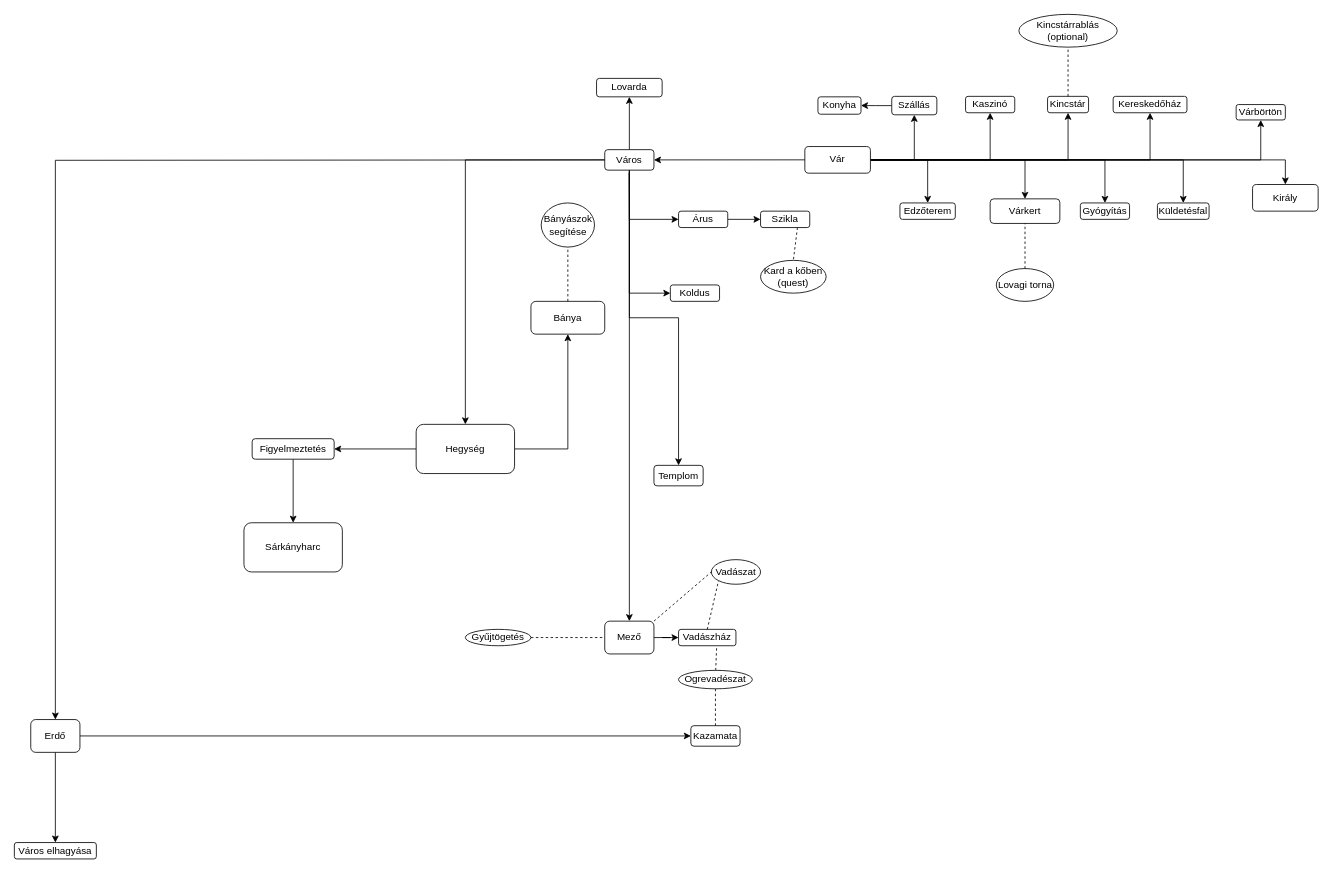
PopDavid/10-f-1.-proj keeps this draw.io diagram as Tervezés/Projektmunka tervezet.drawio. Above is the earlier version. Source tidied: cells renumbered, new cells numbered last; positions are measured from the earlier drawing's top-left corner, leaving out a move shared by most shapes. Both pictures are drawn from the tidied source at 82%, with x=0, y=0 at pixel (14, 14).
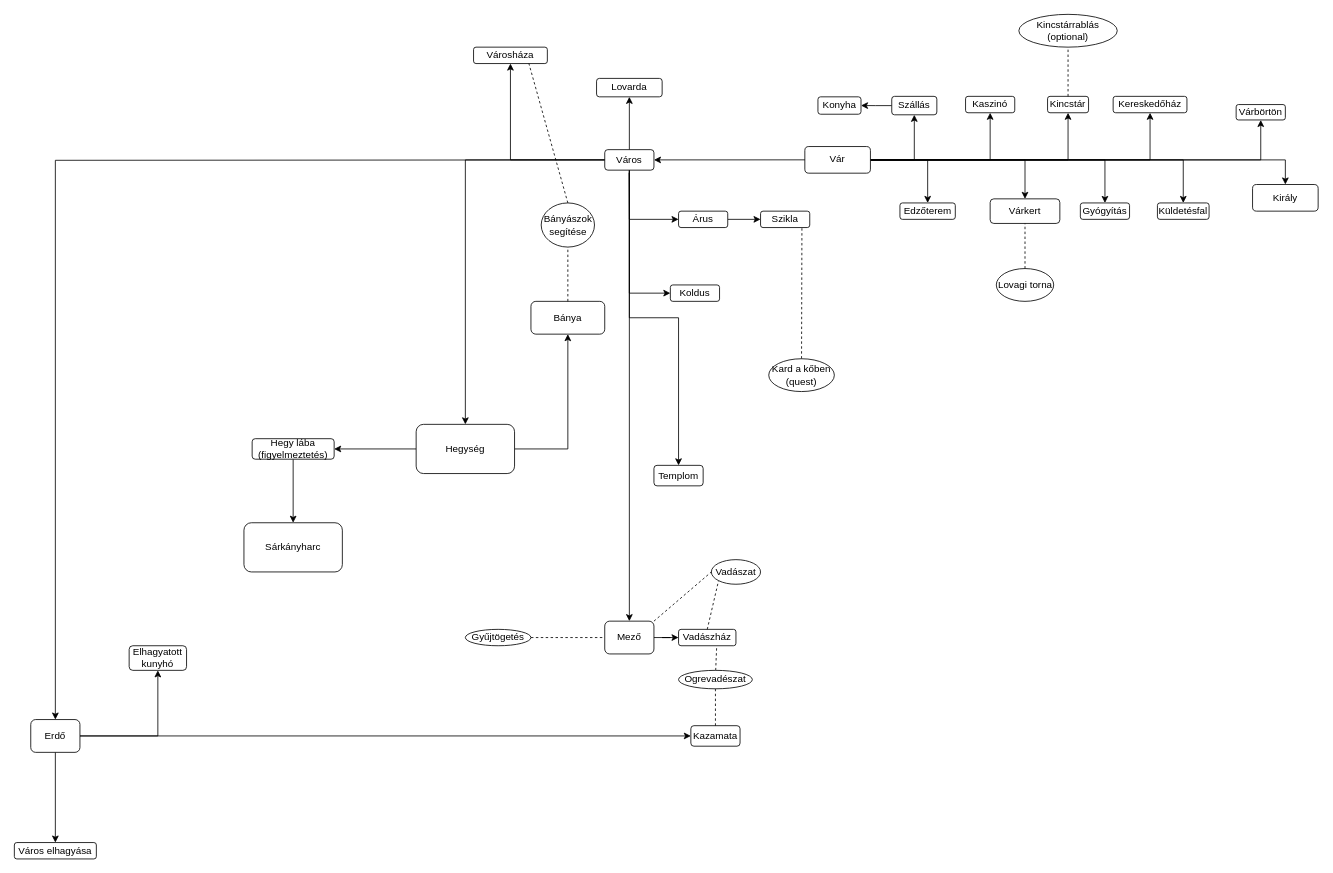
After the change.

Commit message (it also covers changes not shown here):
Tervek: végleges

The change refers to these unchanged cells:
```xml
<mxCell id="6" value="Város" style="rounded=1;whiteSpace=wrap;html=1;" parent="1" vertex="1">
  <mxGeometry x="720" y="165" width="60" height="25" as="geometry" />
</mxCell>
<mxCell id="32" value="Szikla" style="rounded=1;whiteSpace=wrap;html=1;" parent="1" vertex="1">
  <mxGeometry x="910" y="240" width="60" height="20" as="geometry" />
</mxCell>
<mxCell id="42" value="Erdő" style="rounded=1;whiteSpace=wrap;html=1;" parent="1" vertex="1">
  <mxGeometry x="20" y="860" width="60" height="40" as="geometry" />
</mxCell>
<mxCell id="61" value="Bányászok segítése" style="ellipse;whiteSpace=wrap;html=1;" parent="1" vertex="1">
  <mxGeometry x="642.5" y="230" width="65" height="53.8" as="geometry" />
</mxCell>
```

The edit, as a diff of the source:
```diff
@@
+    <mxCell id="71" style="edgeStyle=orthogonalEdgeStyle;rounded=0;jettySize=auto;html=1;" parent="1" edge="1" source="6" target="73">
+      <mxGeometry relative="1" as="geometry" />
+    </mxCell>
@@
     <mxCell id="29" value="Kard a kőben (quest)" style="ellipse;whiteSpace=wrap;html=1;" parent="1" vertex="1">
-      <mxGeometry x="910" y="300" width="80" height="40" as="geometry" />
+      <mxGeometry x="920" y="420" width="80" height="40" as="geometry" />
     </mxCell>
@@
-    <mxCell id="33" style="endArrow=none;dashed=1;html=1;rounded=0;exitX=0.75;exitY=1;exitDx=0;exitDy=0;entryX=0.5;entryY=0;entryDx=0;entryDy=0;" parent="1" edge="1" source="32" target="29">
+    <mxCell id="33" style="endArrow=none;dashed=1;html=1;rounded=0;exitX=0.841;exitY=1.04;exitDx=0;exitDy=0;entryX=0.5;entryY=0;entryDx=0;entryDy=0;exitPerimeter=0;" parent="1" edge="1" source="32" target="29">
       <mxGeometry relative="1" as="geometry" />
     </mxCell>
@@
+    <mxCell id="72" style="edgeStyle=orthogonalEdgeStyle;rounded=0;jettySize=auto;html=1;" parent="1" edge="1" source="42" target="74">
+      <mxGeometry relative="1" as="geometry" />
+    </mxCell>
@@
-    <mxCell id="51" value="Figyelmeztetés" style="whiteSpace=wrap;html=1;rounded=1;" parent="1" vertex="1">
+    <mxCell id="51" value="Hegy lába (figyelmeztetés)" style="whiteSpace=wrap;html=1;rounded=1;" parent="1" vertex="1">
       <mxGeometry x="290" y="517.5" width="100" height="25" as="geometry" />
     </mxCell>
@@
+    <mxCell id="73" value="Városháza" style="rounded=1;whiteSpace=wrap;html=1;" parent="1" vertex="1">
+      <mxGeometry x="560" y="40" width="90" height="20" as="geometry" />
+    </mxCell>
+    <mxCell id="74" value="Elhagyatott kunyhó" style="rounded=1;whiteSpace=wrap;html=1;" parent="1" vertex="1">
+      <mxGeometry x="140" y="770" width="70" height="30" as="geometry" />
+    </mxCell>
+    <mxCell id="75" style="endArrow=none;dashed=1;html=1;rounded=0;entryX=0.75;entryY=1;entryDx=0;entryDy=0;exitX=0.5;exitY=0;exitDx=0;exitDy=0;" parent="1" edge="1" source="61" target="73">
+      <mxGeometry relative="1" as="geometry" />
+    </mxCell>
```
